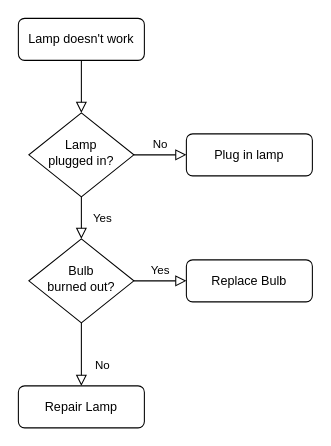
Before: flowChart/newTesrt.drawio in wer340/ascii-art, a draw.io diagram. Source tidied: cells renumbered, new cells numbered last; positions are measured from the earlier drawing's top-left corner, leaving out a move shared by most shapes. Both pictures are drawn from the tidied source at 105%, with x=0, y=0 at pixel (18, 18).
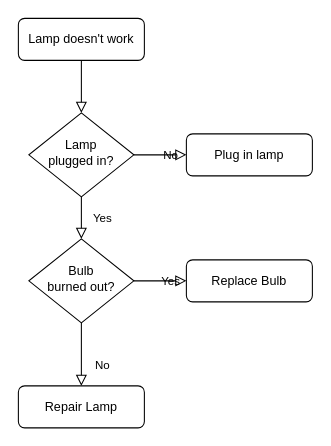
The same page after the edit.

Diff of the diagram source:
```diff
@@
 <mxGraphModel>
   <root>
     <mxCell id="0" />
     <mxCell id="1" parent="0" />
     <mxCell id="2" style="rounded=0;html=1;jettySize=auto;fontSize=11;endArrow=block;endFill=0;endSize=8;strokeWidth=1;shadow=0;labelBackgroundColor=none;edgeStyle=orthogonalEdgeStyle;" parent="1" edge="1" source="3" target="6">
       <mxGeometry relative="1" as="geometry" />
     </mxCell>
     <mxCell id="3" value="Lamp doesn't work" style="rounded=1;whiteSpace=wrap;html=1;fontSize=12;glass=0;strokeWidth=1;shadow=0;" parent="1" vertex="1">
       <mxGeometry width="120" height="40" as="geometry" />
     </mxCell>
     <mxCell id="4" value="Yes" style="rounded=0;html=1;jettySize=auto;fontSize=11;endArrow=block;endFill=0;endSize=8;strokeWidth=1;shadow=0;labelBackgroundColor=none;edgeStyle=orthogonalEdgeStyle;" parent="1" edge="1" source="6" target="10">
       <mxGeometry y="20" relative="1" as="geometry" />
     </mxCell>
-    <mxCell id="5" value="No" style="edgeStyle=orthogonalEdgeStyle;rounded=0;html=1;jettySize=auto;fontSize=11;endArrow=block;endFill=0;endSize=8;strokeWidth=1;shadow=0;labelBackgroundColor=none;" parent="1" edge="1" source="6" target="7">
-      <mxGeometry y="10" relative="1" as="geometry" />
+    <mxCell id="5" value="No" style="edgeStyle=orthogonalEdgeStyle;rounded=0;html=1;jettySize=auto;fontSize=11;endArrow=block;endFill=0;endSize=8;strokeWidth=1;shadow=0;labelBackgroundColor=none;" parent="1" edge="1" source="6">
+      <mxGeometry y="10" relative="1" as="geometry">
+        <mxPoint x="160" y="130" as="targetPoint" />
+      </mxGeometry>
     </mxCell>
     <mxCell id="6" value="Lamp&lt;br&gt;plugged in?" style="rhombus;whiteSpace=wrap;html=1;shadow=0;fontFamily=Helvetica;fontSize=12;align=center;strokeWidth=1;spacing=6;spacingTop=-4;" parent="1" vertex="1">
       <mxGeometry x="10" y="90" width="100" height="80" as="geometry" />
     </mxCell>
     <mxCell id="7" value="Plug in lamp" style="rounded=1;whiteSpace=wrap;html=1;fontSize=12;glass=0;strokeWidth=1;shadow=0;" parent="1" vertex="1">
       <mxGeometry x="160" y="110" width="120" height="40" as="geometry" />
     </mxCell>
     <mxCell id="8" value="No" style="rounded=0;html=1;jettySize=auto;fontSize=11;endArrow=block;endFill=0;endSize=8;strokeWidth=1;shadow=0;labelBackgroundColor=none;edgeStyle=orthogonalEdgeStyle;" parent="1" edge="1" source="10" target="11">
       <mxGeometry x="0.33" y="20" relative="1" as="geometry" />
     </mxCell>
-    <mxCell id="9" value="Yes" style="edgeStyle=orthogonalEdgeStyle;rounded=0;html=1;jettySize=auto;fontSize=11;endArrow=block;endFill=0;endSize=8;strokeWidth=1;shadow=0;labelBackgroundColor=none;" parent="1" edge="1" source="10" target="12">
-      <mxGeometry y="10" relative="1" as="geometry" />
+    <mxCell id="9" value="Yes" style="edgeStyle=orthogonalEdgeStyle;rounded=0;html=1;jettySize=auto;fontSize=11;endArrow=block;endFill=0;endSize=8;strokeWidth=1;shadow=0;labelBackgroundColor=none;" parent="1" edge="1" source="10">
+      <mxGeometry y="10" relative="1" as="geometry">
+        <mxPoint x="160" y="250" as="targetPoint" />
+      </mxGeometry>
     </mxCell>
     <mxCell id="10" value="Bulb&lt;br&gt;burned out?" style="rhombus;whiteSpace=wrap;html=1;shadow=0;fontFamily=Helvetica;fontSize=12;align=center;strokeWidth=1;spacing=6;spacingTop=-4;" parent="1" vertex="1">
       <mxGeometry x="10" y="210" width="100" height="80" as="geometry" />
     </mxCell>
     <mxCell id="11" value="Repair Lamp" style="rounded=1;whiteSpace=wrap;html=1;fontSize=12;glass=0;strokeWidth=1;shadow=0;" parent="1" vertex="1">
       <mxGeometry y="350" width="120" height="40" as="geometry" />
     </mxCell>
     <mxCell id="12" value="Replace Bulb" style="rounded=1;whiteSpace=wrap;html=1;fontSize=12;glass=0;strokeWidth=1;shadow=0;" parent="1" vertex="1">
       <mxGeometry x="160" y="230" width="120" height="40" as="geometry" />
     </mxCell>
   </root>
 </mxGraphModel>
```
